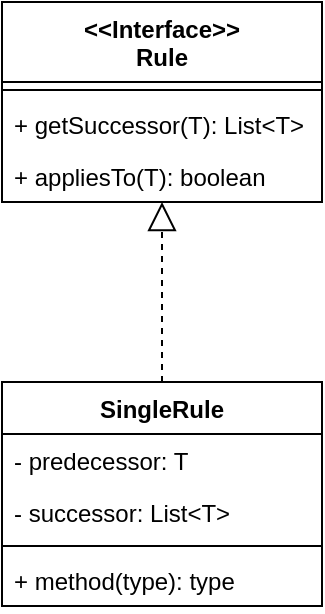
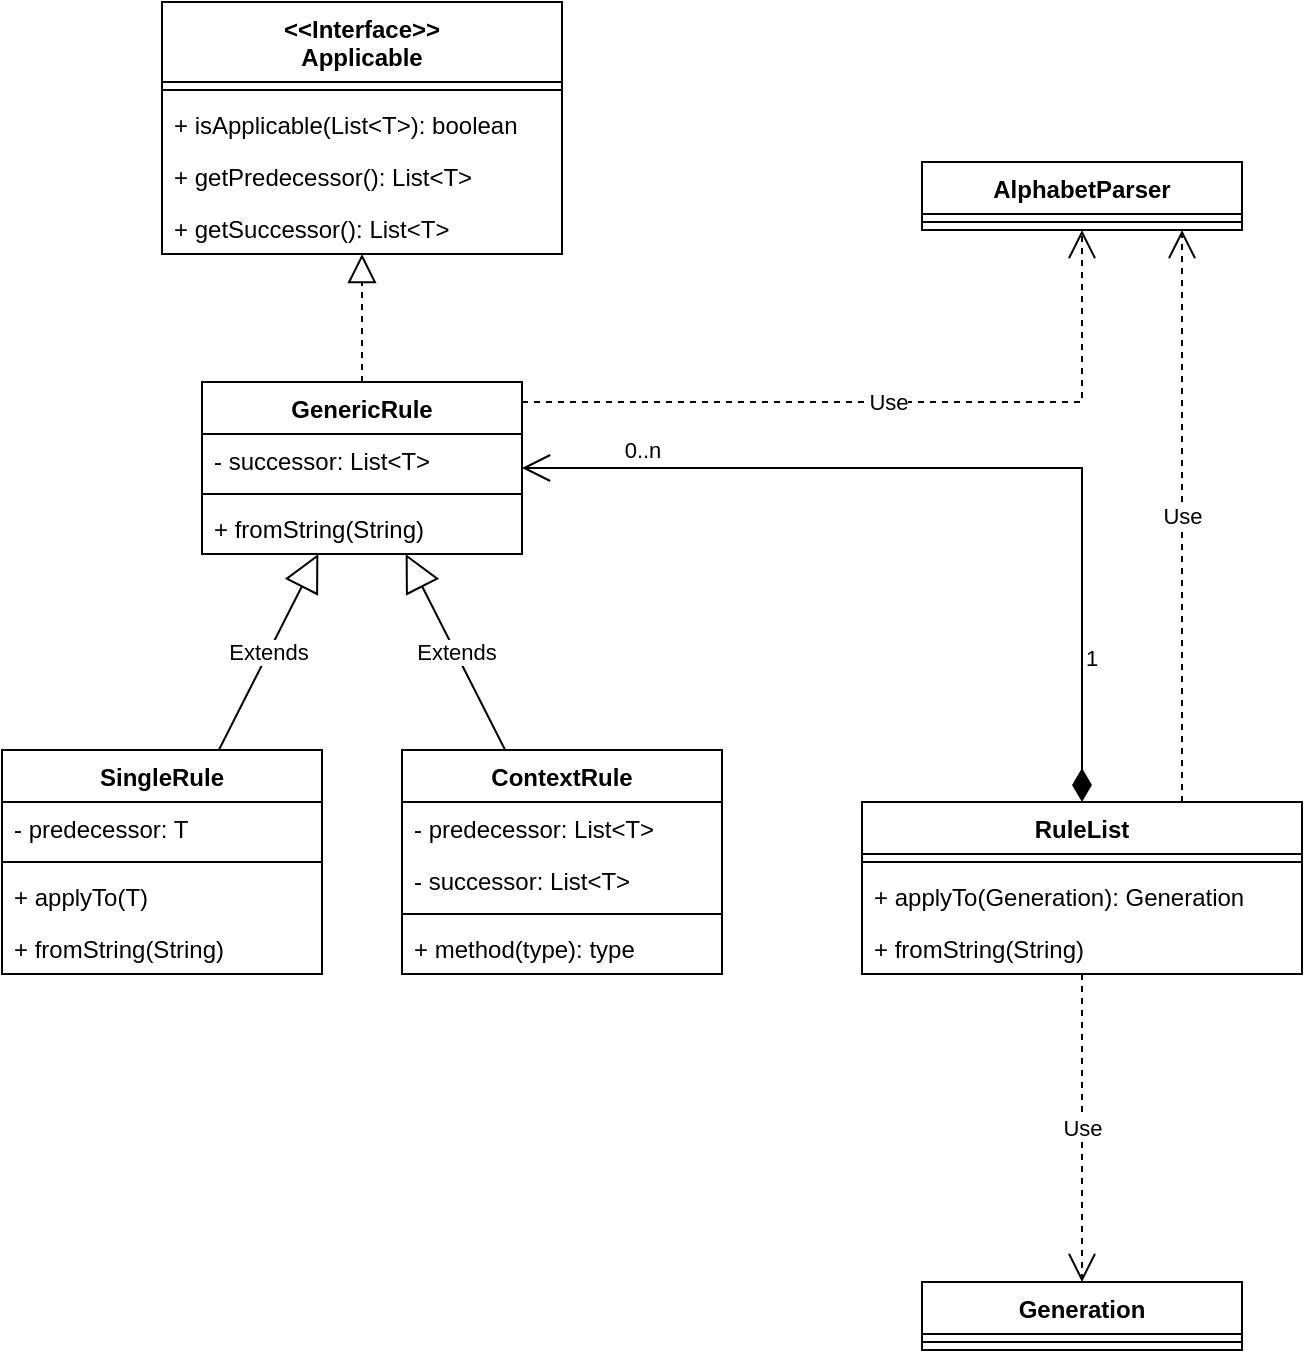
- <mxfile host="Electron" agent="Mozilla/5.0 (Windows NT 10.0; Win64; x64) AppleWebKit/537.36 (KHTML, like Gecko) draw.io/29.3.0 Chrome/140.0.7339.249 Electron/38.7.2 Safari/537.36" version="29.3.0">
+ <mxfile host="Electron" agent="Mozilla/5.0 (Macintosh; Intel Mac OS X 10_15_7) AppleWebKit/537.36 (KHTML, like Gecko) draw.io/29.3.0 Chrome/140.0.7339.249 Electron/38.7.2 Safari/537.36" version="29.3.0">
  <diagram name="Page-1" id="GYNc1CgCx8KRXXdGIcZh">
-     <mxGraphModel dx="1055" dy="1192" grid="1" gridSize="10" guides="1" tooltips="1" connect="1" arrows="1" fold="1" page="1" pageScale="1" pageWidth="827" pageHeight="1169" math="0" shadow="0">
+     <mxGraphModel dx="976" dy="755" grid="1" gridSize="10" guides="1" tooltips="1" connect="1" arrows="1" fold="1" page="1" pageScale="1" pageWidth="827" pageHeight="1169" math="0" shadow="0">
      <root>
        <mxCell id="0" />
        <mxCell id="1" parent="0" />
-         <mxCell id="4FaMeD6wQbXXHxwiMS7q-1" parent="1" style="swimlane;fontStyle=1;align=center;verticalAlign=top;childLayout=stackLayout;horizontal=1;startSize=40;horizontalStack=0;resizeParent=1;resizeParentMax=0;resizeLast=0;collapsible=1;marginBottom=0;whiteSpace=wrap;html=1;" value="&amp;lt;&amp;lt;Interface&amp;gt;&amp;gt;&lt;div&gt;Rule&lt;/div&gt;" vertex="1">
-           <mxGeometry height="100" width="160" x="334" y="434" as="geometry" />
+         <mxCell id="CSyHSFAXyXGEq7vWyrqX-10" parent="1" style="swimlane;fontStyle=1;align=center;verticalAlign=top;childLayout=stackLayout;horizontal=1;startSize=26;horizontalStack=0;resizeParent=1;resizeParentMax=0;resizeLast=0;collapsible=1;marginBottom=0;whiteSpace=wrap;html=1;" value="SingleRule" vertex="1">
+           <mxGeometry height="112" width="160" x="20" y="654" as="geometry" />
        </mxCell>
-         <mxCell id="4FaMeD6wQbXXHxwiMS7q-3" parent="4FaMeD6wQbXXHxwiMS7q-1" style="line;strokeWidth=1;fillColor=none;align=left;verticalAlign=middle;spacingTop=-1;spacingLeft=3;spacingRight=3;rotatable=0;labelPosition=right;points=[];portConstraint=eastwest;strokeColor=inherit;" value="" vertex="1">
-           <mxGeometry height="8" width="160" y="40" as="geometry" />
-         </mxCell>
-         <mxCell id="4FaMeD6wQbXXHxwiMS7q-4" parent="4FaMeD6wQbXXHxwiMS7q-1" style="text;strokeColor=none;fillColor=none;align=left;verticalAlign=top;spacingLeft=4;spacingRight=4;overflow=hidden;rotatable=0;points=[[0,0.5],[1,0.5]];portConstraint=eastwest;whiteSpace=wrap;html=1;" value="+ getSuccessor(T): List&amp;lt;T&amp;gt;" vertex="1">
-           <mxGeometry height="26" width="160" y="48" as="geometry" />
-         </mxCell>
-         <mxCell id="4FaMeD6wQbXXHxwiMS7q-5" parent="4FaMeD6wQbXXHxwiMS7q-1" style="text;strokeColor=none;fillColor=none;align=left;verticalAlign=top;spacingLeft=4;spacingRight=4;overflow=hidden;rotatable=0;points=[[0,0.5],[1,0.5]];portConstraint=eastwest;whiteSpace=wrap;html=1;" value="+ appliesTo(T): boolean" vertex="1">
-           <mxGeometry height="26" width="160" y="74" as="geometry" />
-         </mxCell>
-         <mxCell id="4FaMeD6wQbXXHxwiMS7q-6" parent="1" style="swimlane;fontStyle=1;align=center;verticalAlign=top;childLayout=stackLayout;horizontal=1;startSize=26;horizontalStack=0;resizeParent=1;resizeParentMax=0;resizeLast=0;collapsible=1;marginBottom=0;whiteSpace=wrap;html=1;" value="SingleRule" vertex="1">
-           <mxGeometry height="112" width="160" x="334" y="624" as="geometry" />
-         </mxCell>
-         <mxCell id="4FaMeD6wQbXXHxwiMS7q-7" parent="4FaMeD6wQbXXHxwiMS7q-6" style="text;strokeColor=none;fillColor=none;align=left;verticalAlign=top;spacingLeft=4;spacingRight=4;overflow=hidden;rotatable=0;points=[[0,0.5],[1,0.5]];portConstraint=eastwest;whiteSpace=wrap;html=1;" value="- predecessor: T" vertex="1">
+         <mxCell id="CSyHSFAXyXGEq7vWyrqX-11" parent="CSyHSFAXyXGEq7vWyrqX-10" style="text;strokeColor=none;fillColor=none;align=left;verticalAlign=top;spacingLeft=4;spacingRight=4;overflow=hidden;rotatable=0;points=[[0,0.5],[1,0.5]];portConstraint=eastwest;whiteSpace=wrap;html=1;" value="- predecessor: T" vertex="1">
          <mxGeometry height="26" width="160" y="26" as="geometry" />
        </mxCell>
-         <mxCell id="4FaMeD6wQbXXHxwiMS7q-10" parent="4FaMeD6wQbXXHxwiMS7q-6" style="text;strokeColor=none;fillColor=none;align=left;verticalAlign=top;spacingLeft=4;spacingRight=4;overflow=hidden;rotatable=0;points=[[0,0.5],[1,0.5]];portConstraint=eastwest;whiteSpace=wrap;html=1;" value="- successor: List&amp;lt;T&amp;gt;" vertex="1">
+         <mxCell id="CSyHSFAXyXGEq7vWyrqX-12" parent="CSyHSFAXyXGEq7vWyrqX-10" style="line;strokeWidth=1;fillColor=none;align=left;verticalAlign=middle;spacingTop=-1;spacingLeft=3;spacingRight=3;rotatable=0;labelPosition=right;points=[];portConstraint=eastwest;strokeColor=inherit;" value="" vertex="1">
+           <mxGeometry height="8" width="160" y="52" as="geometry" />
+         </mxCell>
+         <mxCell id="CSyHSFAXyXGEq7vWyrqX-13" parent="CSyHSFAXyXGEq7vWyrqX-10" style="text;strokeColor=none;fillColor=none;align=left;verticalAlign=top;spacingLeft=4;spacingRight=4;overflow=hidden;rotatable=0;points=[[0,0.5],[1,0.5]];portConstraint=eastwest;whiteSpace=wrap;html=1;" value="+ applyTo(T)" vertex="1">
+           <mxGeometry height="26" width="160" y="60" as="geometry" />
+         </mxCell>
+         <mxCell id="CSyHSFAXyXGEq7vWyrqX-34" parent="CSyHSFAXyXGEq7vWyrqX-10" style="text;strokeColor=none;fillColor=none;align=left;verticalAlign=top;spacingLeft=4;spacingRight=4;overflow=hidden;rotatable=0;points=[[0,0.5],[1,0.5]];portConstraint=eastwest;whiteSpace=wrap;html=1;" value="+ fromString(String)" vertex="1">
+           <mxGeometry height="26" width="160" y="86" as="geometry" />
+         </mxCell>
+         <mxCell id="CSyHSFAXyXGEq7vWyrqX-15" parent="1" style="swimlane;fontStyle=1;align=center;verticalAlign=top;childLayout=stackLayout;horizontal=1;startSize=26;horizontalStack=0;resizeParent=1;resizeParentMax=0;resizeLast=0;collapsible=1;marginBottom=0;whiteSpace=wrap;html=1;" value="RuleList" vertex="1">
+           <mxGeometry height="86" width="220" x="450" y="680" as="geometry" />
+         </mxCell>
+         <mxCell id="CSyHSFAXyXGEq7vWyrqX-17" parent="CSyHSFAXyXGEq7vWyrqX-15" style="line;strokeWidth=1;fillColor=none;align=left;verticalAlign=middle;spacingTop=-1;spacingLeft=3;spacingRight=3;rotatable=0;labelPosition=right;points=[];portConstraint=eastwest;strokeColor=inherit;" value="" vertex="1">
+           <mxGeometry height="8" width="220" y="26" as="geometry" />
+         </mxCell>
+         <mxCell id="CSyHSFAXyXGEq7vWyrqX-18" parent="CSyHSFAXyXGEq7vWyrqX-15" style="text;strokeColor=none;fillColor=none;align=left;verticalAlign=top;spacingLeft=4;spacingRight=4;overflow=hidden;rotatable=0;points=[[0,0.5],[1,0.5]];portConstraint=eastwest;whiteSpace=wrap;html=1;" value="+ applyTo(Generation): Generation" vertex="1">
+           <mxGeometry height="26" width="220" y="34" as="geometry" />
+         </mxCell>
+         <mxCell id="CSyHSFAXyXGEq7vWyrqX-35" parent="CSyHSFAXyXGEq7vWyrqX-15" style="text;strokeColor=none;fillColor=none;align=left;verticalAlign=top;spacingLeft=4;spacingRight=4;overflow=hidden;rotatable=0;points=[[0,0.5],[1,0.5]];portConstraint=eastwest;whiteSpace=wrap;html=1;" value="+ fromString(String)" vertex="1">
+           <mxGeometry height="26" width="220" y="60" as="geometry" />
+         </mxCell>
+         <mxCell id="CSyHSFAXyXGEq7vWyrqX-19" edge="1" parent="1" source="CSyHSFAXyXGEq7vWyrqX-15" style="endArrow=open;html=1;endSize=12;startArrow=diamondThin;startSize=14;startFill=1;edgeStyle=orthogonalEdgeStyle;align=left;verticalAlign=bottom;rounded=0;" target="CSyHSFAXyXGEq7vWyrqX-47" value="1">
+           <mxGeometry relative="1" x="-0.7183" as="geometry">
+             <mxPoint as="offset" />
+             <Array as="points">
+               <mxPoint x="560" y="513" />
+             </Array>
+             <mxPoint x="330" y="750" as="sourcePoint" />
+             <mxPoint x="490" y="750" as="targetPoint" />
+           </mxGeometry>
+         </mxCell>
+         <mxCell id="CSyHSFAXyXGEq7vWyrqX-41" connectable="0" parent="CSyHSFAXyXGEq7vWyrqX-19" style="edgeLabel;html=1;align=center;verticalAlign=middle;resizable=0;points=[];" value="0..n" vertex="1">
+           <mxGeometry relative="1" x="0.7412" y="1" as="geometry">
+             <mxPoint x="2" y="-10" as="offset" />
+           </mxGeometry>
+         </mxCell>
+         <mxCell id="CSyHSFAXyXGEq7vWyrqX-25" parent="1" style="swimlane;fontStyle=1;align=center;verticalAlign=top;childLayout=stackLayout;horizontal=1;startSize=26;horizontalStack=0;resizeParent=1;resizeParentMax=0;resizeLast=0;collapsible=1;marginBottom=0;whiteSpace=wrap;html=1;" value="Generation" vertex="1">
+           <mxGeometry height="34" width="160" x="480" y="920" as="geometry" />
+         </mxCell>
+         <mxCell id="CSyHSFAXyXGEq7vWyrqX-27" parent="CSyHSFAXyXGEq7vWyrqX-25" style="line;strokeWidth=1;fillColor=none;align=left;verticalAlign=middle;spacingTop=-1;spacingLeft=3;spacingRight=3;rotatable=0;labelPosition=right;points=[];portConstraint=eastwest;strokeColor=inherit;" value="" vertex="1">
+           <mxGeometry height="8" width="160" y="26" as="geometry" />
+         </mxCell>
+         <mxCell id="CSyHSFAXyXGEq7vWyrqX-29" edge="1" parent="1" source="CSyHSFAXyXGEq7vWyrqX-15" style="endArrow=open;endSize=12;dashed=1;html=1;rounded=0;" target="CSyHSFAXyXGEq7vWyrqX-25" value="Use">
+           <mxGeometry relative="1" width="160" as="geometry">
+             <mxPoint x="260" y="870" as="sourcePoint" />
+             <mxPoint x="420" y="870" as="targetPoint" />
+           </mxGeometry>
+         </mxCell>
+         <mxCell id="CSyHSFAXyXGEq7vWyrqX-36" parent="1" style="swimlane;fontStyle=1;align=center;verticalAlign=top;childLayout=stackLayout;horizontal=1;startSize=26;horizontalStack=0;resizeParent=1;resizeParentMax=0;resizeLast=0;collapsible=1;marginBottom=0;whiteSpace=wrap;html=1;" value="AlphabetParser" vertex="1">
+           <mxGeometry height="34" width="160" x="480" y="360" as="geometry" />
+         </mxCell>
+         <mxCell id="CSyHSFAXyXGEq7vWyrqX-38" parent="CSyHSFAXyXGEq7vWyrqX-36" style="line;strokeWidth=1;fillColor=none;align=left;verticalAlign=middle;spacingTop=-1;spacingLeft=3;spacingRight=3;rotatable=0;labelPosition=right;points=[];portConstraint=eastwest;strokeColor=inherit;" value="" vertex="1">
+           <mxGeometry height="8" width="160" y="26" as="geometry" />
+         </mxCell>
+         <mxCell id="CSyHSFAXyXGEq7vWyrqX-40" edge="1" parent="1" source="CSyHSFAXyXGEq7vWyrqX-47" style="endArrow=open;endSize=12;dashed=1;html=1;rounded=0;" target="CSyHSFAXyXGEq7vWyrqX-36" value="Use">
+           <mxGeometry relative="1" width="160" as="geometry">
+             <mxPoint as="offset" />
+             <Array as="points">
+               <mxPoint x="280" y="480" />
+               <mxPoint x="560" y="480" />
+             </Array>
+             <mxPoint x="260" y="770" as="sourcePoint" />
+             <mxPoint x="420" y="770" as="targetPoint" />
+           </mxGeometry>
+         </mxCell>
+         <mxCell id="CSyHSFAXyXGEq7vWyrqX-52" edge="1" parent="1" style="endArrow=open;endSize=12;dashed=1;html=1;rounded=0;" value="Use">
+           <mxGeometry relative="1" width="160" as="geometry">
+             <mxPoint as="offset" />
+             <mxPoint x="610" y="680" as="sourcePoint" />
+             <mxPoint x="610" y="394" as="targetPoint" />
+           </mxGeometry>
+         </mxCell>
+         <mxCell id="CSyHSFAXyXGEq7vWyrqX-42" parent="1" style="swimlane;fontStyle=1;align=center;verticalAlign=top;childLayout=stackLayout;horizontal=1;startSize=40;horizontalStack=0;resizeParent=1;resizeParentMax=0;resizeLast=0;collapsible=1;marginBottom=0;whiteSpace=wrap;html=1;" value="&amp;lt;&amp;lt;Interface&amp;gt;&amp;gt;&lt;div&gt;Applicable&lt;/div&gt;" vertex="1">
+           <mxGeometry height="126" width="200" x="100" y="280" as="geometry" />
+         </mxCell>
+         <mxCell id="CSyHSFAXyXGEq7vWyrqX-44" parent="CSyHSFAXyXGEq7vWyrqX-42" style="line;strokeWidth=1;fillColor=none;align=left;verticalAlign=middle;spacingTop=-1;spacingLeft=3;spacingRight=3;rotatable=0;labelPosition=right;points=[];portConstraint=eastwest;strokeColor=inherit;" value="" vertex="1">
+           <mxGeometry height="8" width="200" y="40" as="geometry" />
+         </mxCell>
+         <mxCell id="CSyHSFAXyXGEq7vWyrqX-45" parent="CSyHSFAXyXGEq7vWyrqX-42" style="text;strokeColor=none;fillColor=none;align=left;verticalAlign=top;spacingLeft=4;spacingRight=4;overflow=hidden;rotatable=0;points=[[0,0.5],[1,0.5]];portConstraint=eastwest;whiteSpace=wrap;html=1;" value="+ isApplicable(List&amp;lt;T&amp;gt;): boolean" vertex="1">
+           <mxGeometry height="26" width="200" y="48" as="geometry" />
+         </mxCell>
+         <mxCell id="CSyHSFAXyXGEq7vWyrqX-51" parent="CSyHSFAXyXGEq7vWyrqX-42" style="text;strokeColor=none;fillColor=none;align=left;verticalAlign=top;spacingLeft=4;spacingRight=4;overflow=hidden;rotatable=0;points=[[0,0.5],[1,0.5]];portConstraint=eastwest;whiteSpace=wrap;html=1;" value="+ getPredecessor(): List&amp;lt;T&amp;gt;" vertex="1">
+           <mxGeometry height="26" width="200" y="74" as="geometry" />
+         </mxCell>
+         <mxCell id="CSyHSFAXyXGEq7vWyrqX-46" parent="CSyHSFAXyXGEq7vWyrqX-42" style="text;strokeColor=none;fillColor=none;align=left;verticalAlign=top;spacingLeft=4;spacingRight=4;overflow=hidden;rotatable=0;points=[[0,0.5],[1,0.5]];portConstraint=eastwest;whiteSpace=wrap;html=1;" value="+ getSuccessor(): List&amp;lt;T&amp;gt;" vertex="1">
+           <mxGeometry height="26" width="200" y="100" as="geometry" />
+         </mxCell>
+         <mxCell id="CSyHSFAXyXGEq7vWyrqX-47" parent="1" style="swimlane;fontStyle=1;align=center;verticalAlign=top;childLayout=stackLayout;horizontal=1;startSize=26;horizontalStack=0;resizeParent=1;resizeParentMax=0;resizeLast=0;collapsible=1;marginBottom=0;whiteSpace=wrap;html=1;" value="GenericRule" vertex="1">
+           <mxGeometry height="86" width="160" x="120" y="470" as="geometry" />
+         </mxCell>
+         <mxCell id="CSyHSFAXyXGEq7vWyrqX-48" parent="CSyHSFAXyXGEq7vWyrqX-47" style="text;strokeColor=none;fillColor=none;align=left;verticalAlign=top;spacingLeft=4;spacingRight=4;overflow=hidden;rotatable=0;points=[[0,0.5],[1,0.5]];portConstraint=eastwest;whiteSpace=wrap;html=1;" value="- successor: List&amp;lt;T&amp;gt;" vertex="1">
+           <mxGeometry height="26" width="160" y="26" as="geometry" />
+         </mxCell>
+         <mxCell id="CSyHSFAXyXGEq7vWyrqX-49" parent="CSyHSFAXyXGEq7vWyrqX-47" style="line;strokeWidth=1;fillColor=none;align=left;verticalAlign=middle;spacingTop=-1;spacingLeft=3;spacingRight=3;rotatable=0;labelPosition=right;points=[];portConstraint=eastwest;strokeColor=inherit;" value="" vertex="1">
+           <mxGeometry height="8" width="160" y="52" as="geometry" />
+         </mxCell>
+         <mxCell id="CSyHSFAXyXGEq7vWyrqX-62" parent="CSyHSFAXyXGEq7vWyrqX-47" style="text;strokeColor=none;fillColor=none;align=left;verticalAlign=top;spacingLeft=4;spacingRight=4;overflow=hidden;rotatable=0;points=[[0,0.5],[1,0.5]];portConstraint=eastwest;whiteSpace=wrap;html=1;" value="+ fromString(String)" vertex="1">
+           <mxGeometry height="26" width="160" y="60" as="geometry" />
+         </mxCell>
+         <mxCell id="CSyHSFAXyXGEq7vWyrqX-53" edge="1" parent="1" source="CSyHSFAXyXGEq7vWyrqX-47" style="endArrow=block;dashed=1;endFill=0;endSize=12;html=1;rounded=0;" target="CSyHSFAXyXGEq7vWyrqX-42" value="">
+           <mxGeometry relative="1" width="160" as="geometry">
+             <mxPoint x="260" y="640" as="sourcePoint" />
+             <mxPoint x="420" y="640" as="targetPoint" />
+           </mxGeometry>
+         </mxCell>
+         <mxCell id="CSyHSFAXyXGEq7vWyrqX-54" edge="1" parent="1" source="CSyHSFAXyXGEq7vWyrqX-10" style="endArrow=block;endSize=16;endFill=0;html=1;rounded=0;" target="CSyHSFAXyXGEq7vWyrqX-47" value="Extends">
+           <mxGeometry relative="1" width="160" x="0.0009" as="geometry">
+             <mxPoint as="offset" />
+             <mxPoint x="260" y="630" as="sourcePoint" />
+             <mxPoint x="420" y="630" as="targetPoint" />
+           </mxGeometry>
+         </mxCell>
+         <mxCell id="CSyHSFAXyXGEq7vWyrqX-61" edge="1" parent="1" source="CSyHSFAXyXGEq7vWyrqX-55" style="endArrow=block;endSize=16;endFill=0;html=1;rounded=0;" target="CSyHSFAXyXGEq7vWyrqX-47" value="Extends">
+           <mxGeometry relative="1" width="160" x="0.0009" as="geometry">
+             <mxPoint as="offset" />
+             <mxPoint x="138" y="664" as="sourcePoint" />
+             <mxPoint x="188" y="566" as="targetPoint" />
+           </mxGeometry>
+         </mxCell>
+         <mxCell id="CSyHSFAXyXGEq7vWyrqX-55" parent="1" style="swimlane;fontStyle=1;align=center;verticalAlign=top;childLayout=stackLayout;horizontal=1;startSize=26;horizontalStack=0;resizeParent=1;resizeParentMax=0;resizeLast=0;collapsible=1;marginBottom=0;whiteSpace=wrap;html=1;" value="ContextRule" vertex="1">
+           <mxGeometry height="112" width="160" x="220" y="654" as="geometry" />
+         </mxCell>
+         <mxCell id="CSyHSFAXyXGEq7vWyrqX-59" parent="CSyHSFAXyXGEq7vWyrqX-55" style="text;strokeColor=none;fillColor=none;align=left;verticalAlign=top;spacingLeft=4;spacingRight=4;overflow=hidden;rotatable=0;points=[[0,0.5],[1,0.5]];portConstraint=eastwest;whiteSpace=wrap;html=1;" value="- predecessor: List&amp;lt;T&amp;gt;" vertex="1">
+           <mxGeometry height="26" width="160" y="26" as="geometry" />
+         </mxCell>
+         <mxCell id="CSyHSFAXyXGEq7vWyrqX-60" parent="CSyHSFAXyXGEq7vWyrqX-55" style="text;strokeColor=none;fillColor=none;align=left;verticalAlign=top;spacingLeft=4;spacingRight=4;overflow=hidden;rotatable=0;points=[[0,0.5],[1,0.5]];portConstraint=eastwest;whiteSpace=wrap;html=1;" value="- successor: List&amp;lt;T&amp;gt;" vertex="1">
          <mxGeometry height="26" width="160" y="52" as="geometry" />
        </mxCell>
-         <mxCell id="4FaMeD6wQbXXHxwiMS7q-8" parent="4FaMeD6wQbXXHxwiMS7q-6" style="line;strokeWidth=1;fillColor=none;align=left;verticalAlign=middle;spacingTop=-1;spacingLeft=3;spacingRight=3;rotatable=0;labelPosition=right;points=[];portConstraint=eastwest;strokeColor=inherit;" value="" vertex="1">
+         <mxCell id="CSyHSFAXyXGEq7vWyrqX-57" parent="CSyHSFAXyXGEq7vWyrqX-55" style="line;strokeWidth=1;fillColor=none;align=left;verticalAlign=middle;spacingTop=-1;spacingLeft=3;spacingRight=3;rotatable=0;labelPosition=right;points=[];portConstraint=eastwest;strokeColor=inherit;" value="" vertex="1">
          <mxGeometry height="8" width="160" y="78" as="geometry" />
        </mxCell>
-         <mxCell id="4FaMeD6wQbXXHxwiMS7q-9" parent="4FaMeD6wQbXXHxwiMS7q-6" style="text;strokeColor=none;fillColor=none;align=left;verticalAlign=top;spacingLeft=4;spacingRight=4;overflow=hidden;rotatable=0;points=[[0,0.5],[1,0.5]];portConstraint=eastwest;whiteSpace=wrap;html=1;" value="+ method(type): type" vertex="1">
+         <mxCell id="CSyHSFAXyXGEq7vWyrqX-58" parent="CSyHSFAXyXGEq7vWyrqX-55" style="text;strokeColor=none;fillColor=none;align=left;verticalAlign=top;spacingLeft=4;spacingRight=4;overflow=hidden;rotatable=0;points=[[0,0.5],[1,0.5]];portConstraint=eastwest;whiteSpace=wrap;html=1;" value="+ method(type): type" vertex="1">
          <mxGeometry height="26" width="160" y="86" as="geometry" />
-         </mxCell>
-         <mxCell id="4FaMeD6wQbXXHxwiMS7q-11" edge="1" parent="1" source="4FaMeD6wQbXXHxwiMS7q-6" style="endArrow=block;dashed=1;endFill=0;endSize=12;html=1;rounded=0;" target="4FaMeD6wQbXXHxwiMS7q-1" value="">
-           <mxGeometry relative="1" width="160" as="geometry">
-             <mxPoint x="234" y="874" as="sourcePoint" />
-             <mxPoint x="394" y="874" as="targetPoint" />
-           </mxGeometry>
        </mxCell>
      </root>
    </mxGraphModel>
  </diagram>
</mxfile>
